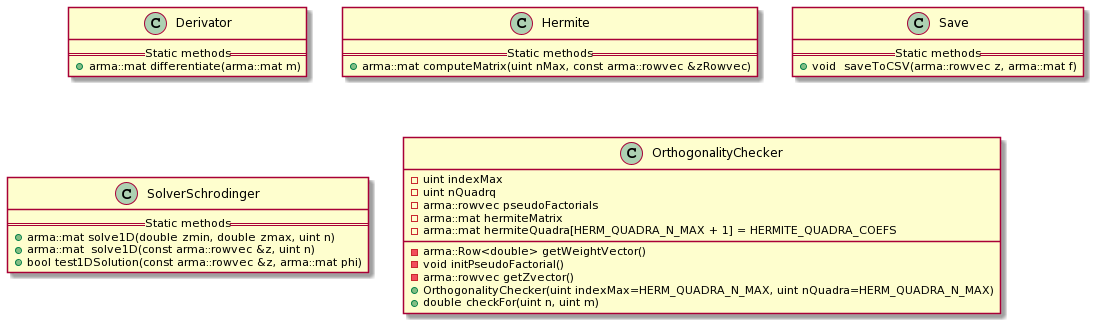
This is pres/images/class-diagram.png from lanahuong/ips-dev, a PlantUML export, as it was before one commit.
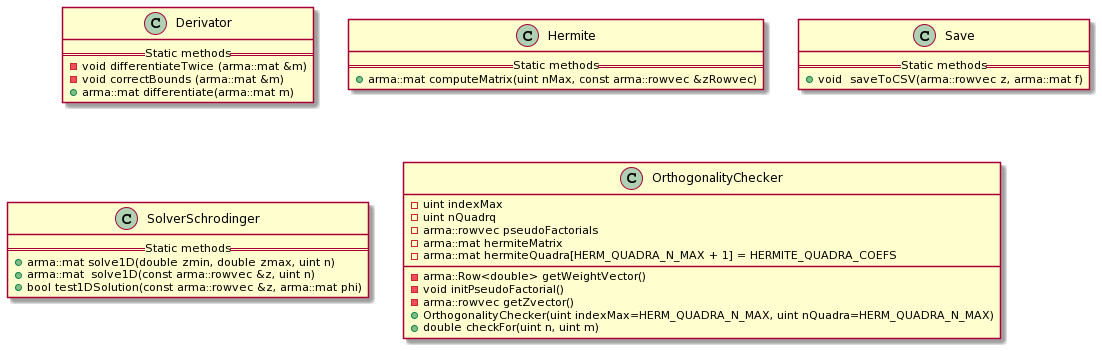
Later version of the same file.

Commit message:
Image of classes with all private methods and properties

Change to the diagram source:
```diff
@@ -3,6 +3,8 @@
 
 class Derivator{
     == Static methods ==
+    -void differentiateTwice (arma::mat &m)
+    -void correctBounds (arma::mat &m)
     +arma::mat differentiate(arma::mat m)
 }
 class Hermite{
```
